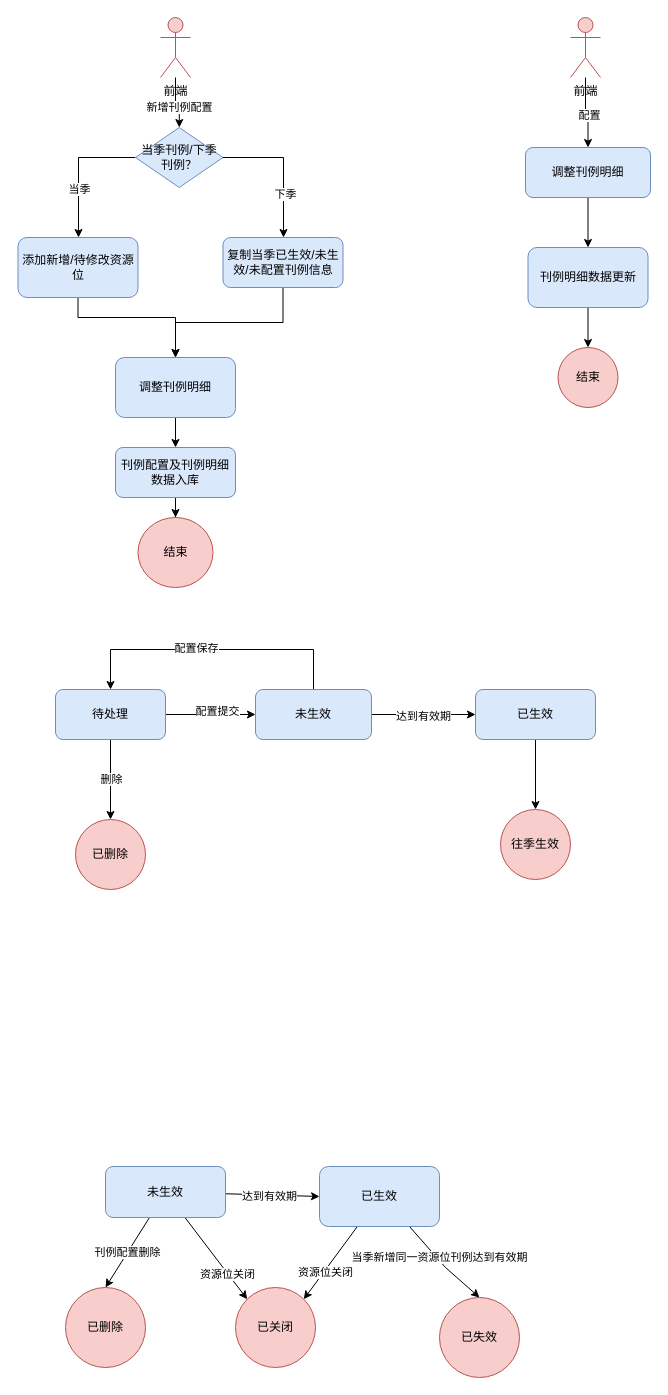
This is 刊例管理.drawio from cp0802/xueqqiu, a draw.io file, before an edit. Source tidied: cells renumbered, new cells numbered last; positions are measured from the earlier drawing's top-left corner, leaving out a move shared by most shapes. Both pictures are drawn from the tidied source at 100%, with x=0, y=0 at pixel (17, 17).
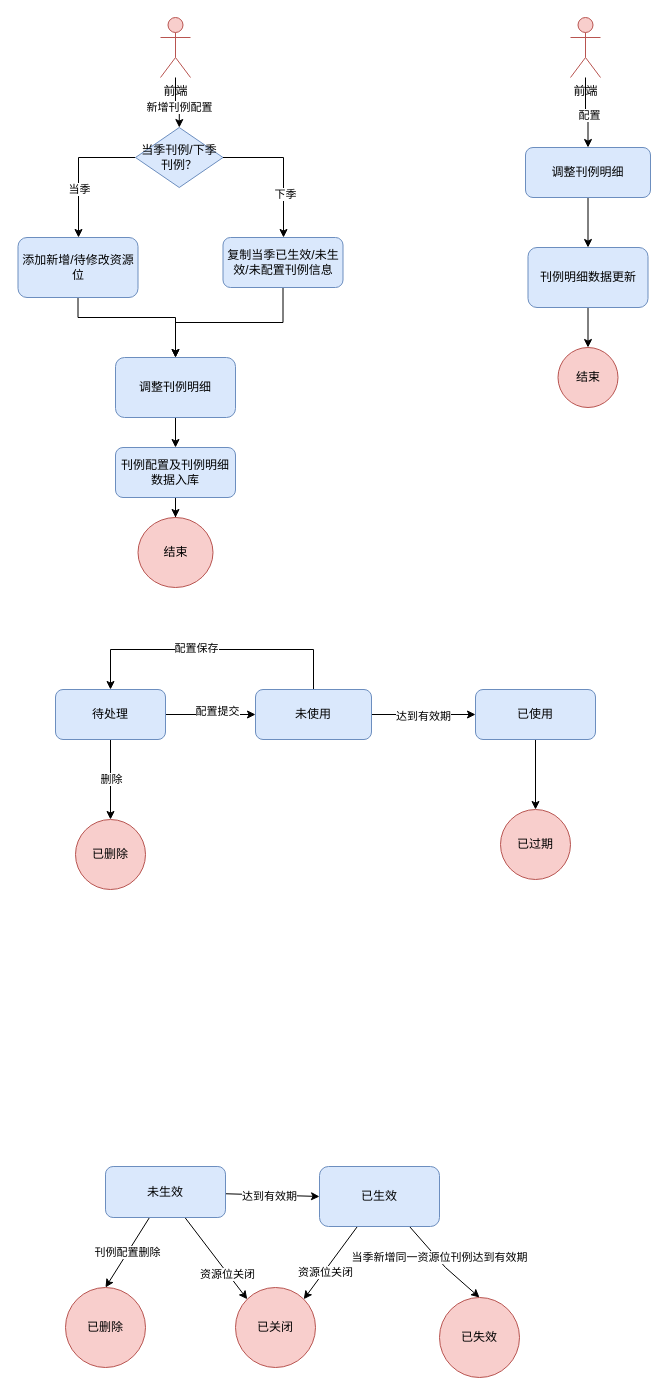
The same page after the edit.

The edit, as a diff of the source:
```diff
@@
-    <mxCell id="35" value="未生效" style="rounded=1;whiteSpace=wrap;html=1;fillColor=#dae8fc;strokeColor=#6c8ebf;" parent="1" vertex="1">
+    <mxCell id="35" value="未使用" style="rounded=1;whiteSpace=wrap;html=1;fillColor=#dae8fc;strokeColor=#6c8ebf;" parent="1" vertex="1">
       <mxGeometry x="238" y="672" width="116" height="50" as="geometry" />
     </mxCell>
@@
-    <mxCell id="37" value="已生效" style="rounded=1;whiteSpace=wrap;html=1;fillColor=#dae8fc;strokeColor=#6c8ebf;" parent="1" vertex="1">
+    <mxCell id="37" value="已使用" style="rounded=1;whiteSpace=wrap;html=1;fillColor=#dae8fc;strokeColor=#6c8ebf;" parent="1" vertex="1">
       <mxGeometry x="458" y="672" width="120" height="50" as="geometry" />
     </mxCell>
@@
-    <mxCell id="39" value="往季生效" style="ellipse;whiteSpace=wrap;html=1;fillColor=#f8cecc;strokeColor=#b85450;" parent="1" vertex="1">
+    <mxCell id="39" value="已过期" style="ellipse;whiteSpace=wrap;html=1;fillColor=#f8cecc;strokeColor=#b85450;" parent="1" vertex="1">
       <mxGeometry x="483" y="792" width="70" height="70" as="geometry" />
     </mxCell>
```
